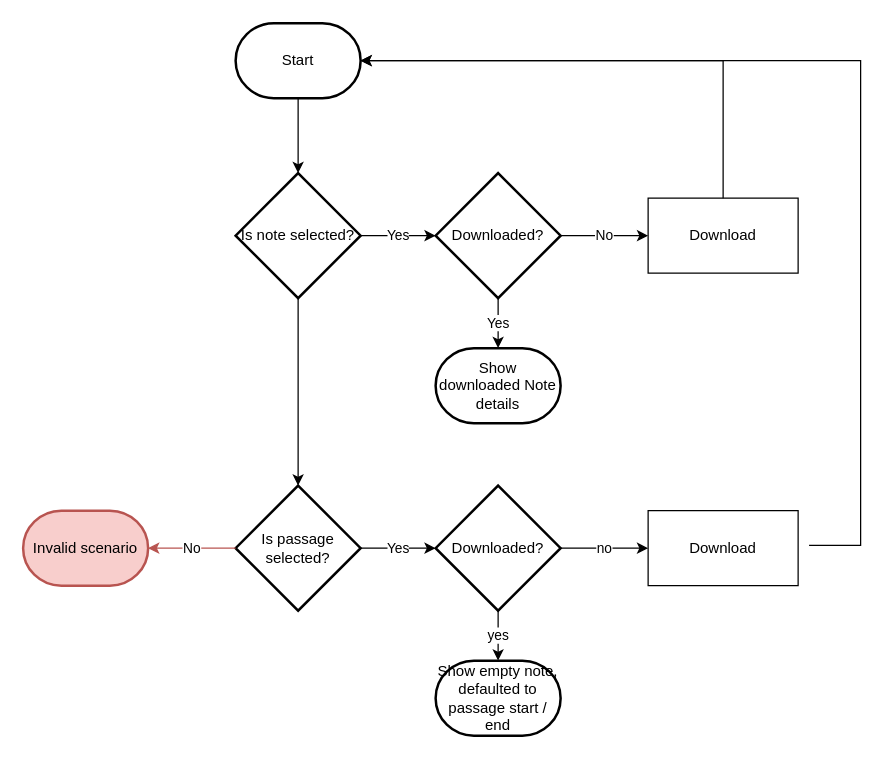
Before: diagrams/Untitled Diagram.drawio in sernaferna/ds-wireframes, a draw.io diagram. Source tidied: cells renumbered, new cells numbered last; positions are measured from the earlier drawing's top-left corner, leaving out a move shared by most shapes. Both pictures are drawn from the tidied source at 125%, with x=0, y=0 at pixel (22, 22).
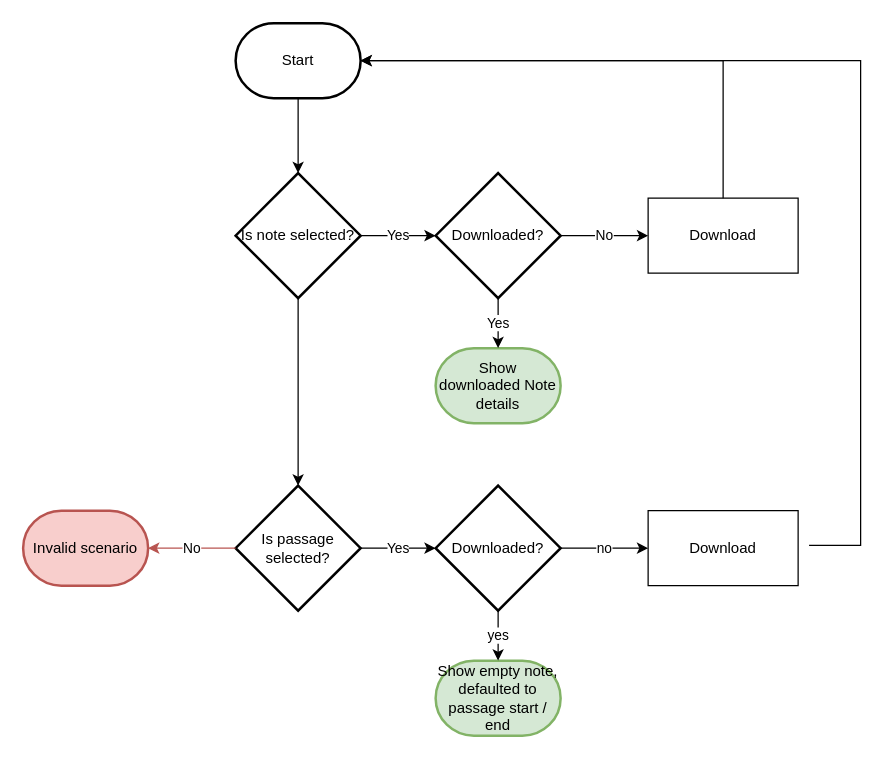
After the change.

Diff of the diagram source:
```diff
@@
-    <mxCell id="10" value="Show downloaded Note details" style="strokeWidth=2;html=1;shape=mxgraph.flowchart.terminator;whiteSpace=wrap;" parent="1" vertex="1">
+    <mxCell id="10" value="Show downloaded Note details" style="strokeWidth=2;html=1;shape=mxgraph.flowchart.terminator;whiteSpace=wrap;fillColor=#d5e8d4;strokeColor=#82b366;" parent="1" vertex="1">
       <mxGeometry x="330" y="260" width="100" height="60" as="geometry" />
     </mxCell>
@@
-    <mxCell id="21" value="Show empty note, defaulted to passage start / end" style="strokeWidth=2;html=1;shape=mxgraph.flowchart.terminator;whiteSpace=wrap;" parent="1" vertex="1">
+    <mxCell id="21" value="Show empty note, defaulted to passage start / end" style="strokeWidth=2;html=1;shape=mxgraph.flowchart.terminator;whiteSpace=wrap;fillColor=#d5e8d4;strokeColor=#82b366;" parent="1" vertex="1">
       <mxGeometry x="330" y="510" width="100" height="60" as="geometry" />
     </mxCell>
```
